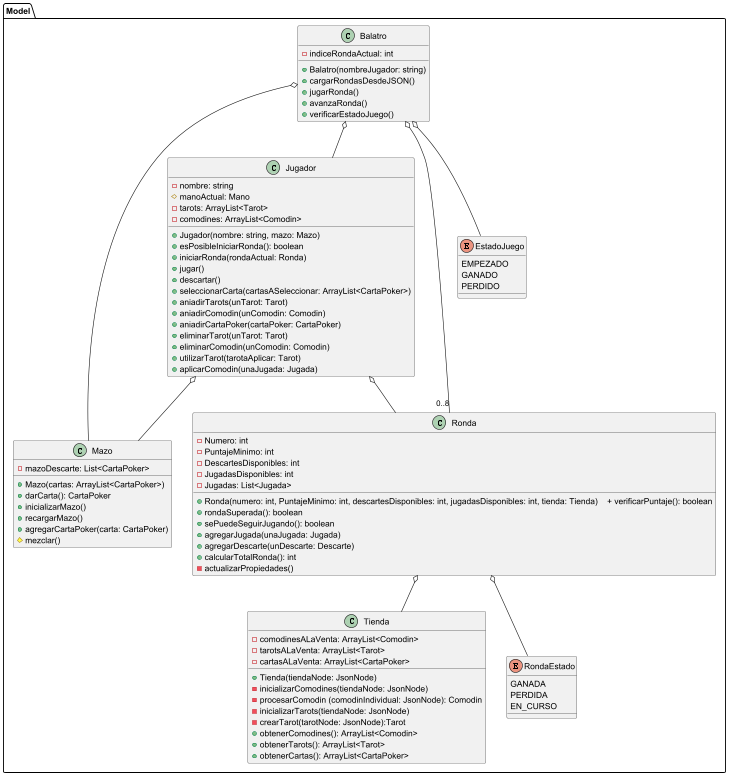
The PlantUML diagram diagrams/classes/clasesBalatro1.png in carruizdiaz1109/UBAlatro, before a commit. Its diagram source:
```plantuml
@startuml

package Model {

class Balatro {
    - indiceRondaActual: int

    + Balatro(nombreJugador: string)
    + cargarRondasDesdeJSON()
    + jugarRonda()
    + avanzaRonda()
    + verificarEstadoJuego()
}

class Mazo {
   - mazoDescarte: List<CartaPoker>

   + Mazo(cartas: ArrayList<CartaPoker>)
   + darCarta(): CartaPoker
   + inicializarMazo()
   + recargarMazo()
   + agregarCartaPoker(carta: CartaPoker)
   # mezclar()
}

class Jugador {
    - nombre: string
    # manoActual: Mano
    - tarots: ArrayList<Tarot>
    - comodines: ArrayList<Comodin>

    + Jugador(nombre: string, mazo: Mazo)
    + esPosibleIniciarRonda(): boolean
    + iniciarRonda(rondaActual: Ronda)
    + jugar()
    + descartar()
    + seleccionarCarta(cartasASeleccionar: ArrayList<CartaPoker>)
    + aniadirTarots(unTarot: Tarot)
    + aniadirComodin(unComodin: Comodin)
    + aniadirCartaPoker(cartaPoker: CartaPoker)
    + eliminarTarot(unTarot: Tarot)
    + eliminarComodin(unComodin: Comodin)
    + utilizarTarot(tarotaAplicar: Tarot)
    + aplicarComodin(unaJugada: Jugada)
}

class Tienda {
    - comodinesALaVenta: ArrayList<Comodin>
    - tarotsALaVenta: ArrayList<Tarot>
    - cartasALaVenta: ArrayList<CartaPoker>

    + Tienda(tiendaNode: JsonNode)
    - inicializarComodines(tiendaNode: JsonNode)
    - procesarComodin (comodinIndividual: JsonNode): Comodin
    - inicializarTarots(tiendaNode: JsonNode)
    - crearTarot(tarotNode: JsonNode):Tarot
    + obtenerComodines(): ArrayList<Comodin>
    + obtenerTarots(): ArrayList<Tarot>
    + obtenerCartas(): ArrayList<CartaPoker>
}

class Ronda {
    - Numero: int
    - PuntajeMinimo: int
    - DescartesDisponibles: int
    - JugadasDisponibles: int
    - Jugadas: List<Jugada>

    + Ronda(numero: int, PuntajeMinimo: int, descartesDisponibles: int, jugadasDisponibles: int, tienda: Tienda)    + verificarPuntaje(): boolean
    + rondaSuperada(): boolean
    + sePuedeSeguirJugando(): boolean
    + agregarJugada(unaJugada: Jugada)
    + agregarDescarte(unDescarte: Descarte)
    + calcularTotalRonda(): int
    - actualizarPropiedades()
}

enum EstadoJuego {
    EMPEZADO
    GANADO
    PERDIDO
}

enum RondaEstado {
        GANADA
        PERDIDA
        EN_CURSO
}

Balatro o-- "0..8" Ronda
Balatro o-- Jugador
Balatro o-- EstadoJuego
Balatro o-- Mazo

Jugador o-- Ronda
Jugador o-- Mazo
Ronda o-- Tienda
Ronda o-- RondaEstado
}
@enduml
```
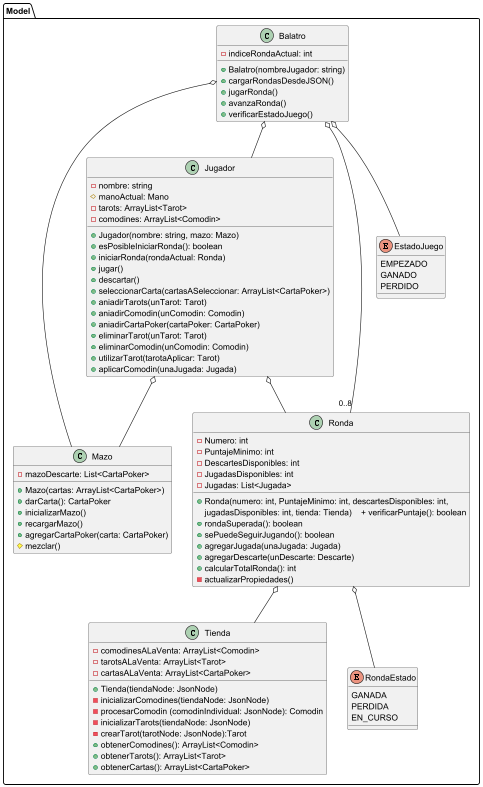
The same file after the commit.

What changed in the source:
```diff
@@ -66,7 +66,8 @@
     - JugadasDisponibles: int
     - Jugadas: List<Jugada>
 
-    + Ronda(numero: int, PuntajeMinimo: int, descartesDisponibles: int, jugadasDisponibles: int, tienda: Tienda)    + verificarPuntaje(): boolean
+    + Ronda(numero: int, PuntajeMinimo: int, descartesDisponibles: int,
+    jugadasDisponibles: int, tienda: Tienda)    + verificarPuntaje(): boolean
     + rondaSuperada(): boolean
     + sePuedeSeguirJugando(): boolean
     + agregarJugada(unaJugada: Jugada)
```
